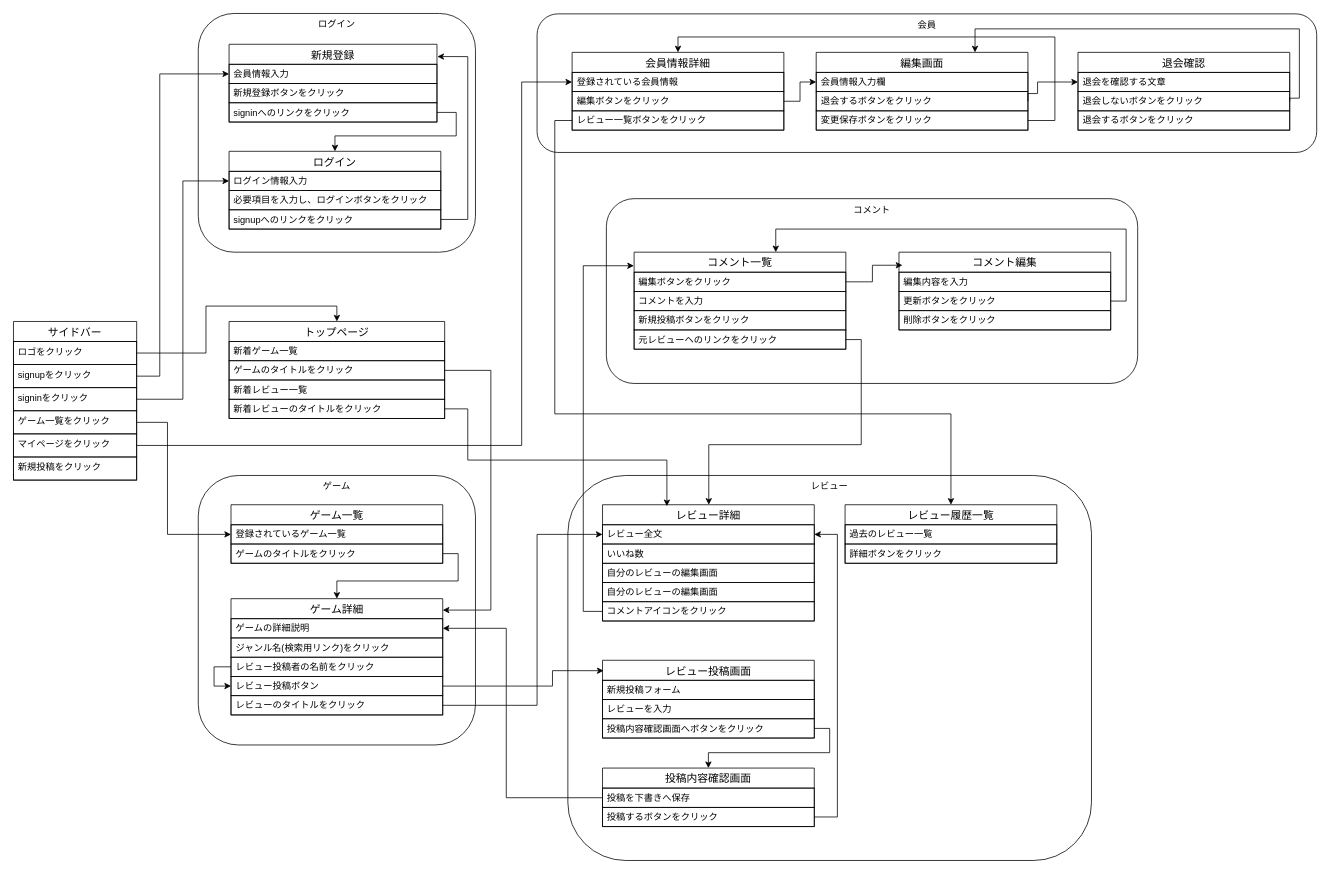
Before: GRG.drawio in kuropAqn/grg, a draw.io diagram. Source tidied: cells renumbered, new cells numbered last; positions are measured from the earlier drawing's top-left corner, leaving out a move shared by most shapes. Both pictures are drawn from the tidied source at 77%, with x=0, y=0 at pixel (13, 13).
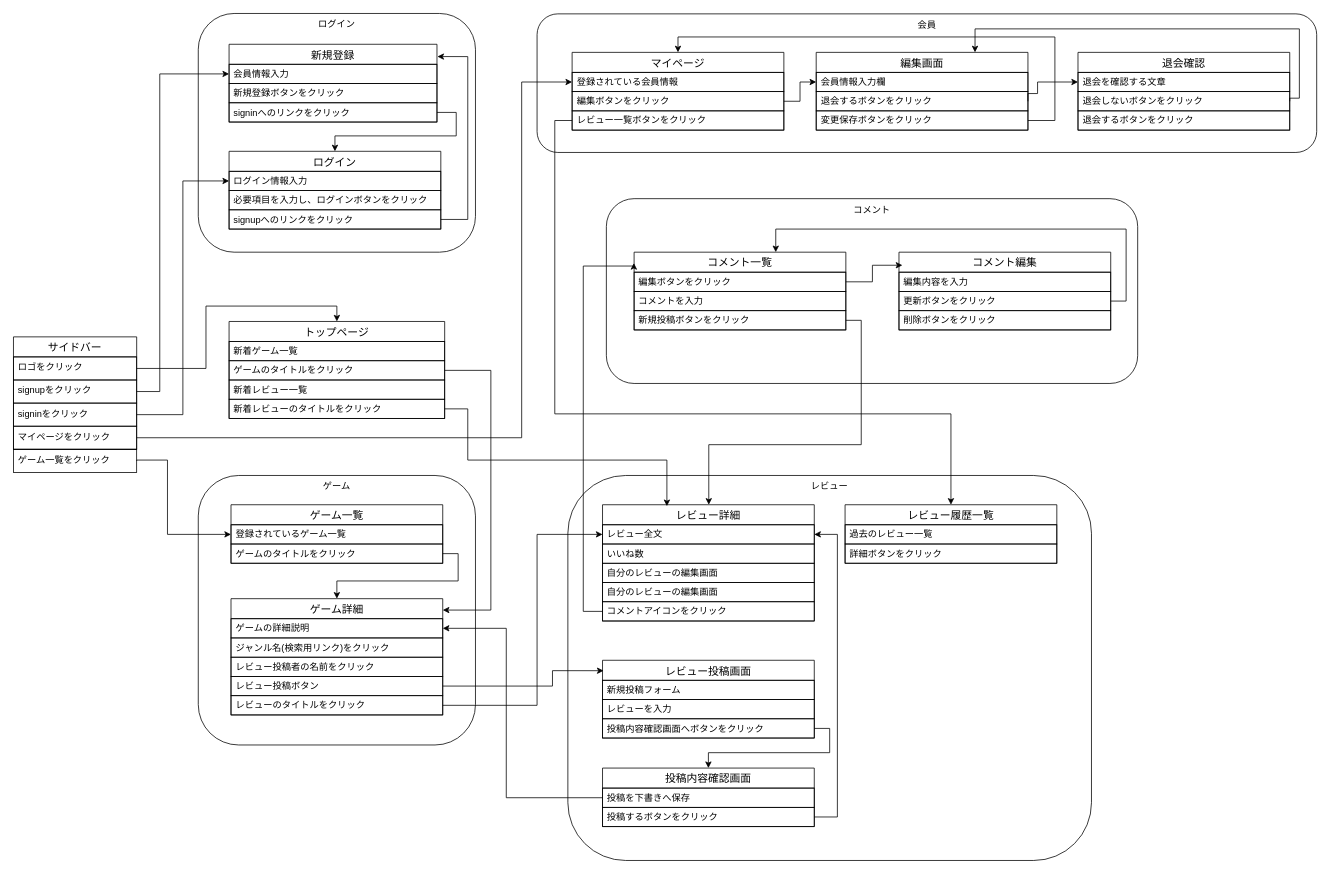
Above is the later version.

Commit message:
GRG.drawio を更新します

Unchanged cells that the change refers to:
```xml
<mxCell id="3" value="ロゴをクリック" style="text;strokeColor=default;fillColor=none;spacingLeft=4;spacingRight=4;overflow=hidden;points=[[0,0.5],[1,0.5]];portConstraint=eastwest;fontSize=12;whiteSpace=wrap;html=1;" parent="2" vertex="1">
  <mxGeometry y="26" width="160" height="30" as="geometry" />
</mxCell>
<mxCell id="4" value="signupをクリック" style="text;strokeColor=default;fillColor=none;spacingLeft=4;spacingRight=4;overflow=hidden;points=[[0,0.5],[1,0.5]];portConstraint=eastwest;fontSize=12;whiteSpace=wrap;html=1;" parent="2" vertex="1">
  <mxGeometry y="56" width="160" height="30" as="geometry" />
</mxCell>
<mxCell id="5" value="signinをクリック" style="text;strokeColor=default;fillColor=none;spacingLeft=4;spacingRight=4;overflow=hidden;points=[[0,0.5],[1,0.5]];portConstraint=eastwest;fontSize=12;whiteSpace=wrap;html=1;" parent="2" vertex="1">
  <mxGeometry y="86" width="160" height="30" as="geometry" />
</mxCell>
<mxCell id="11" value="会員情報入力" style="text;strokeColor=default;fillColor=none;spacingLeft=4;spacingRight=4;overflow=hidden;points=[[0,0.5],[1,0.5]];portConstraint=eastwest;fontSize=12;whiteSpace=wrap;html=1;verticalAlign=middle;align=left;" parent="10" vertex="1">
  <mxGeometry y="26" width="270" height="25" as="geometry" />
</mxCell>
<mxCell id="15" value="ログイン情報入力" style="text;strokeColor=default;fillColor=none;spacingLeft=4;spacingRight=4;overflow=hidden;points=[[0,0.5],[1,0.5]];portConstraint=eastwest;fontSize=12;whiteSpace=wrap;html=1;verticalAlign=middle;align=left;" parent="14" vertex="1">
  <mxGeometry y="26" width="275" height="25" as="geometry" />
</mxCell>
<mxCell id="29" value="登録されているゲーム一覧" style="text;strokeColor=default;fillColor=none;spacingLeft=4;spacingRight=4;overflow=hidden;points=[[0,0.5],[1,0.5]];portConstraint=eastwest;fontSize=12;whiteSpace=wrap;html=1;verticalAlign=middle;align=left;" parent="28" vertex="1">
  <mxGeometry y="26" width="275" height="25" as="geometry" />
</mxCell>
<mxCell id="31" value="ゲーム詳細" style="swimlane;fontStyle=0;horizontal=1;startSize=26;align=center;fontSize=14;" parent="1" vertex="1">
  <mxGeometry x="282.5" y="760" width="275" height="151" as="geometry" />
</mxCell>
<mxCell id="35" value="レビュー投稿者の名前をクリック" style="text;strokeColor=default;fillColor=none;spacingLeft=4;spacingRight=4;overflow=hidden;points=[[0,0.5],[1,0.5]];portConstraint=eastwest;fontSize=12;whiteSpace=wrap;html=1;verticalAlign=middle;align=left;" parent="31" vertex="1">
  <mxGeometry y="76" width="275" height="25" as="geometry" />
</mxCell>
<mxCell id="36" value="レビュー投稿ボタン" style="text;strokeColor=default;fillColor=none;spacingLeft=4;spacingRight=4;overflow=hidden;points=[[0,0.5],[1,0.5]];portConstraint=eastwest;fontSize=12;whiteSpace=wrap;html=1;verticalAlign=middle;align=left;" parent="31" vertex="1">
  <mxGeometry y="101" width="275" height="25" as="geometry" />
</mxCell>
<mxCell id="45" value="レビュー詳細" style="swimlane;fontStyle=0;horizontal=1;startSize=26;align=center;fontSize=14;" parent="1" vertex="1">
  <mxGeometry x="765" y="638" width="275" height="151" as="geometry" />
</mxCell>
<mxCell id="54" value="登録されている会員情報" style="text;strokeColor=default;fillColor=none;spacingLeft=4;spacingRight=4;overflow=hidden;points=[[0,0.5],[1,0.5]];portConstraint=eastwest;fontSize=12;whiteSpace=wrap;html=1;verticalAlign=middle;align=left;" parent="53" vertex="1">
  <mxGeometry y="26" width="275" height="25" as="geometry" />
</mxCell>
<mxCell id="64" value="トップページ" style="swimlane;fontStyle=0;horizontal=1;startSize=26;align=center;fontSize=14;" parent="1" vertex="1">
  <mxGeometry x="280" y="400" width="280" height="126" as="geometry" />
</mxCell>
```

Change to the diagram source:
```diff
@@
     <mxCell id="2" value="サイドバー" style="swimlane;fontStyle=0;horizontal=1;startSize=26;align=center;fontSize=14;" parent="1" vertex="1">
-      <mxGeometry y="400" width="160" height="206" as="geometry" />
+      <mxGeometry y="420" width="160" height="146" as="geometry" />
     </mxCell>
@@
-    <mxCell id="6" value="ゲーム一覧をクリック" style="text;strokeColor=default;fillColor=none;spacingLeft=4;spacingRight=4;overflow=hidden;points=[[0,0.5],[1,0.5]];portConstraint=eastwest;fontSize=12;whiteSpace=wrap;html=1;" parent="2" vertex="1">
-      <mxGeometry y="116" width="160" height="30" as="geometry" />
-    </mxCell>
     <mxCell id="7" value="マイページをクリック" style="text;strokeColor=default;fillColor=none;spacingLeft=4;spacingRight=4;overflow=hidden;points=[[0,0.5],[1,0.5]];portConstraint=eastwest;fontSize=12;whiteSpace=wrap;html=1;" parent="2" vertex="1">
-      <mxGeometry y="146" width="160" height="30" as="geometry" />
+      <mxGeometry y="116" width="160" height="30" as="geometry" />
     </mxCell>
-    <mxCell id="8" value="新規投稿をクリック" style="text;strokeColor=default;fillColor=none;spacingLeft=4;spacingRight=4;overflow=hidden;fontSize=12;whiteSpace=wrap;html=1;" parent="2" vertex="1">
-      <mxGeometry y="176" width="160" height="30" as="geometry" />
-    </mxCell>
@@
     <mxCell id="18" style="edgeStyle=orthogonalEdgeStyle;rounded=0;jettySize=auto;html=1;exitX=1;exitY=0.5;exitDx=0;exitDy=0;entryX=0;entryY=0.5;entryDx=0;entryDy=0;" parent="1" edge="1" source="4" target="11">
       <mxGeometry relative="1" as="geometry">
         <Array as="points">
-          <mxPoint x="190" y="471" />
-          <mxPoint x="190" y="78" />
+          <mxPoint x="190" y="491" />
+          <mxPoint x="190" y="79" />
         </Array>
       </mxGeometry>
     </mxCell>
     <mxCell id="19" style="edgeStyle=orthogonalEdgeStyle;rounded=0;jettySize=auto;html=1;exitX=1;exitY=0.5;exitDx=0;exitDy=0;entryX=0;entryY=0.5;entryDx=0;entryDy=0;" parent="1" edge="1" source="5" target="15">
       <mxGeometry relative="1" as="geometry">
         <Array as="points">
-          <mxPoint x="220" y="501" />
-          <mxPoint x="220" y="218" />
+          <mxPoint x="220" y="521" />
+          <mxPoint x="220" y="217" />
         </Array>
       </mxGeometry>
     </mxCell>
@@
-    <mxCell id="34" style="edgeStyle=orthogonalEdgeStyle;rounded=0;jettySize=auto;html=1;exitX=0;exitY=0.5;exitDx=0;exitDy=0;entryX=0;entryY=0.5;entryDx=0;entryDy=0;" parent="31" edge="1" source="35" target="36">
-      <mxGeometry relative="1" as="geometry">
-        <Array as="points">
-          <mxPoint x="-22" y="89" />
-          <mxPoint x="-22" y="114" />
-        </Array>
-      </mxGeometry>
-    </mxCell>
@@
     <mxCell id="51" style="edgeStyle=orthogonalEdgeStyle;rounded=0;jettySize=auto;html=1;exitX=1;exitY=0.5;exitDx=0;exitDy=0;entryX=0;entryY=0.5;entryDx=0;entryDy=0;" parent="1" edge="1" source="6" target="29">
       <mxGeometry relative="1" as="geometry">
         <Array as="points">
-          <mxPoint x="200" y="531" />
+          <mxPoint x="200" y="580" />
           <mxPoint x="200" y="677" />
         </Array>
       </mxGeometry>
     </mxCell>
@@
-    <mxCell id="53" value="会員情報詳細" style="swimlane;fontStyle=0;horizontal=1;startSize=26;align=center;fontSize=14;" parent="1" vertex="1">
+    <mxCell id="53" value="マイページ" style="swimlane;fontStyle=0;horizontal=1;startSize=26;align=center;fontSize=14;" parent="1" vertex="1">
       <mxGeometry x="725.5" y="50.5" width="275" height="101" as="geometry" />
     </mxCell>
@@
     <mxCell id="70" style="edgeStyle=orthogonalEdgeStyle;rounded=0;jettySize=auto;html=1;exitX=1;exitY=0.5;exitDx=0;exitDy=0;entryX=0.5;entryY=0;entryDx=0;entryDy=0;" parent="1" edge="1" source="3" target="64">
       <mxGeometry relative="1" as="geometry">
         <Array as="points">
-          <mxPoint x="250" y="441" />
+          <mxPoint x="250" y="461" />
           <mxPoint x="250" y="380" />
           <mxPoint x="420" y="380" />
         </Array>
       </mxGeometry>
     </mxCell>
@@
     <mxCell id="73" style="edgeStyle=orthogonalEdgeStyle;rounded=0;jettySize=auto;html=1;exitX=1;exitY=0.5;exitDx=0;exitDy=0;entryX=0;entryY=0.5;entryDx=0;entryDy=0;" parent="1" edge="1" source="7" target="54">
       <mxGeometry relative="1" as="geometry">
         <Array as="points">
-          <mxPoint x="660" y="561" />
+          <mxPoint x="660" y="551" />
           <mxPoint x="660" y="89" />
         </Array>
       </mxGeometry>
     </mxCell>
@@
     <mxCell id="85" value="コメント一覧" style="swimlane;fontStyle=0;horizontal=1;startSize=26;align=center;fontSize=14;" parent="1" vertex="1">
-      <mxGeometry x="806" y="310" width="275" height="126" as="geometry" />
+      <mxGeometry x="806" y="310" width="275" height="101" as="geometry" />
     </mxCell>
@@
-    <mxCell id="88" value="新規投稿ボタンをクリック" style="text;strokeColor=default;fillColor=none;spacingLeft=4;spacingRight=4;overflow=hidden;fontSize=12;whiteSpace=wrap;html=1;verticalAlign=middle;align=left;" parent="85" vertex="1">
-      <mxGeometry y="76" width="275" height="25" as="geometry" />
-    </mxCell>
-    <mxCell id="89" value="元レビューヘのリンクをクリック" style="text;strokeColor=default;fillColor=none;spacingLeft=4;spacingRight=4;overflow=hidden;points=[[0,0.5],[1,0.5]];portConstraint=eastwest;fontSize=12;whiteSpace=wrap;html=1;verticalAlign=middle;align=left;" parent="85" vertex="1">
-      <mxGeometry y="101" width="275" height="25" as="geometry" />
+    <mxCell id="89" value="新規投稿ボタンをクリック" style="text;strokeColor=default;fillColor=none;spacingLeft=4;spacingRight=4;overflow=hidden;points=[[0,0.5],[1,0.5]];portConstraint=eastwest;fontSize=12;whiteSpace=wrap;html=1;verticalAlign=middle;align=left;" parent="85" vertex="1">
+      <mxGeometry y="76" width="275" height="25" as="geometry" />
     </mxCell>
@@
     <mxCell id="97" style="edgeStyle=orthogonalEdgeStyle;rounded=0;jettySize=auto;html=1;exitX=1;exitY=0.5;exitDx=0;exitDy=0;" parent="1" edge="1" source="89" target="45">
       <mxGeometry relative="1" as="geometry">
         <Array as="points">
-          <mxPoint x="1101" y="424" />
+          <mxPoint x="1101" y="399" />
           <mxPoint x="1101" y="560" />
           <mxPoint x="903" y="560" />
         </Array>
       </mxGeometry>
     </mxCell>
@@
+    <mxCell id="6" value="ゲーム一覧をクリック" style="text;strokeColor=default;fillColor=none;spacingLeft=4;spacingRight=4;overflow=hidden;points=[[0,0.5],[1,0.5]];portConstraint=eastwest;fontSize=12;whiteSpace=wrap;html=1;" parent="1" vertex="1">
+      <mxGeometry y="566" width="160" height="30" as="geometry" />
+    </mxCell>
```
